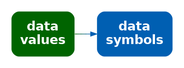
Above: Diagrams/data-sym.png in pmur002/hdvw (Graphviz), before the change. Its source is kept beside it as Diagrams/data-sym.dot.
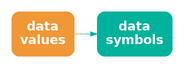
Later version of the same file.

What changed in the source:
```diff
@@ -1,8 +1,8 @@
 digraph {
   graph [ rankdir=LR; margin=.2; nodesep=.5 ];
   node [ fontsize=20; fontname="sans bold"; margin=.2 ];
-  data [ label="data\nvalues"; shape=box; style="filled, rounded"; penwidth=0; fontcolor=white; fillcolor="#006400" ]
+  data [ label="data\nvalues"; shape=box; style="filled, rounded"; penwidth=0; fontcolor=white; fillcolor="#F09736" ]
   sym [ label="data\nsymbols"; shape=box;
-     style="filled, rounded"; penwidth=0; fontcolor=white; fillcolor="#005FB2" ]
-  data -> sym [ color="#006400;0.1:#006314;0.1:#006328;0.1:#00623B;0.1:#00624F;0.1:#006163;0.1:#006177;0.1:#00608A;0.1:#00609E;0.1:#005FB2;0.1" ]
+     style="filled, rounded"; penwidth=0; fontcolor=white; fillcolor="#00B19B" ]
+  data -> sym [ color="#F09736;0.1:#D59A41;0.1:#BB9D4C;0.1:#A0A058;0.1:#85A363;0.1:#6BA56E;0.1:#50A879;0.1:#35AB85;0.1:#1BAE90;0.1:#00B19B;0.1" ]
 }
```
